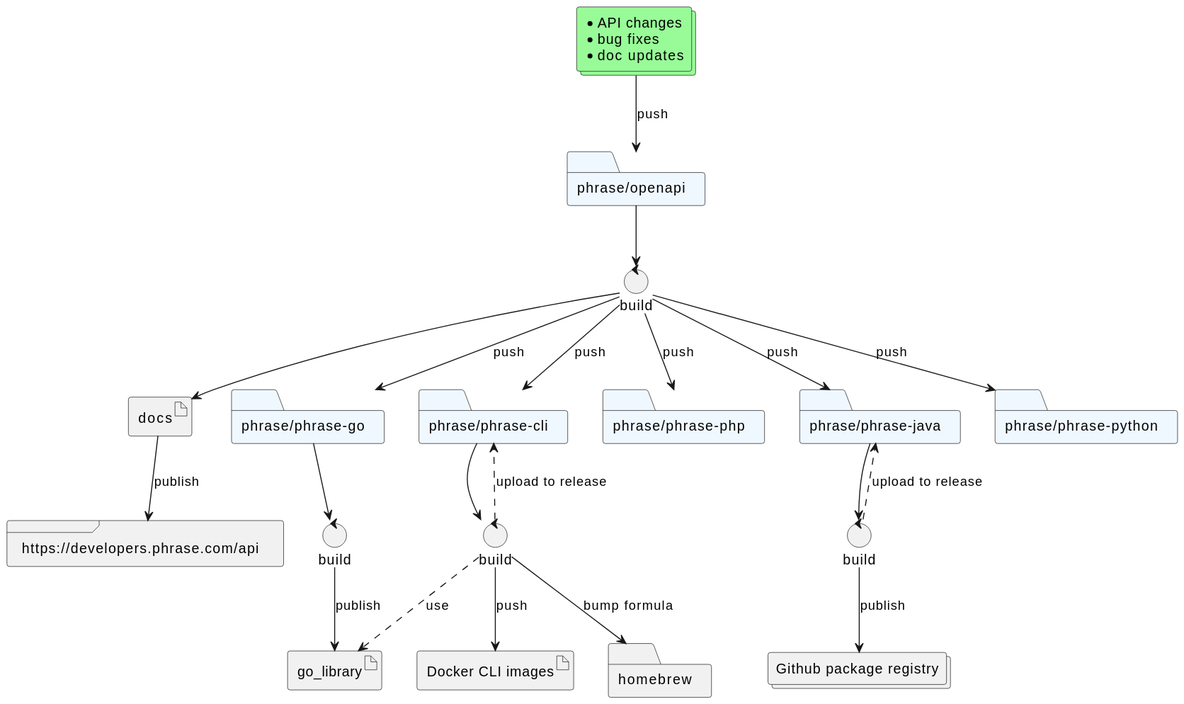
Above: docs/openapi workflow.svg in phrase/openapi (PlantUML), before the change.
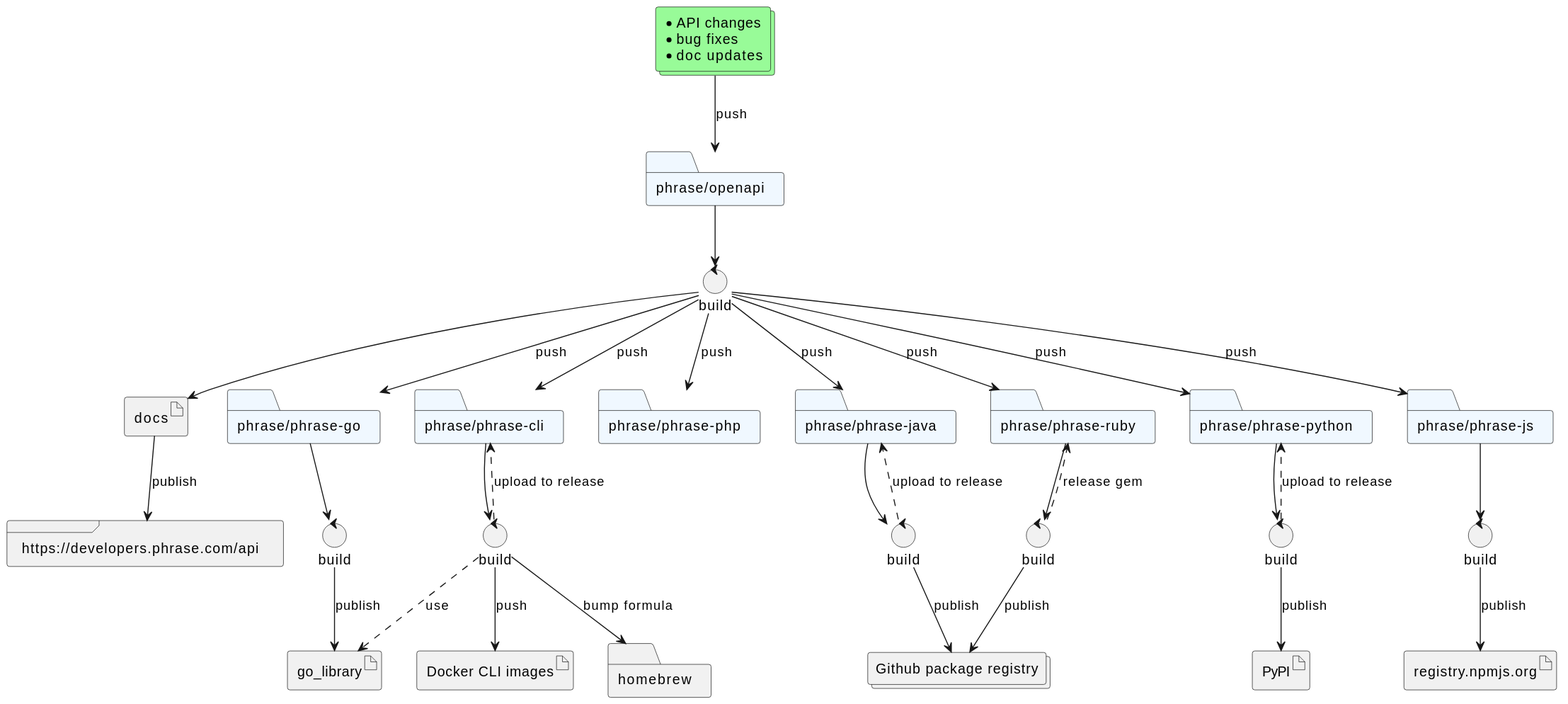
Later version of the same file.

The edit, as a diff of the source:
```diff
@@ -12,14 +12,23 @@
 folder "phrase/phrase-php" as php #AliceBlue
 folder "phrase/phrase-java" as java #AliceBlue
 folder "phrase/phrase-python" as python #AliceBlue
+folder "phrase/phrase-ruby" as ruby #AliceBlue
+folder "phrase/phrase-js" as js #AliceBlue
+
 
 control "build" as go_actions
 control "build" as build_cli
 control "build" as build_java
+control "build" as build_js
+control "build" as build_ruby
+control "build" as build_python
+
 artifact go_library
 artifact "Docker CLI images" as docker_images
 folder homebrew
 collections "Github package registry" as github_package_registry
+artifact "registry.npmjs.org" as npm
+artifact "PyPI"
 
 changes --> openapi : push
 openapi-->actions
@@ -30,15 +39,31 @@
 actions --> java : push
 actions --> python : push
 actions --> cli : push
+actions --> ruby : push
+actions --> js : push
+
 go --> go_actions
 go_actions --> go_library : publish
+
 cli --> build_cli
 build_cli ..> go_library : use
 build_cli --> homebrew : bump formula
 build_cli --> docker_images : push
 build_cli ..> cli : upload to release
+
 java --> build_java
 build_java ..> java : upload to release
 build_java --> github_package_registry : publish
 
+python --> build_python
+build_python ..> python : upload to release
+build_python --> PyPI : publish
+
+js --> build_js
+build_js --> npm : publish
+
+ruby --> build_ruby
+build_ruby --> github_package_registry : publish
+build_ruby ..> ruby : release gem
+
 @enduml
```
